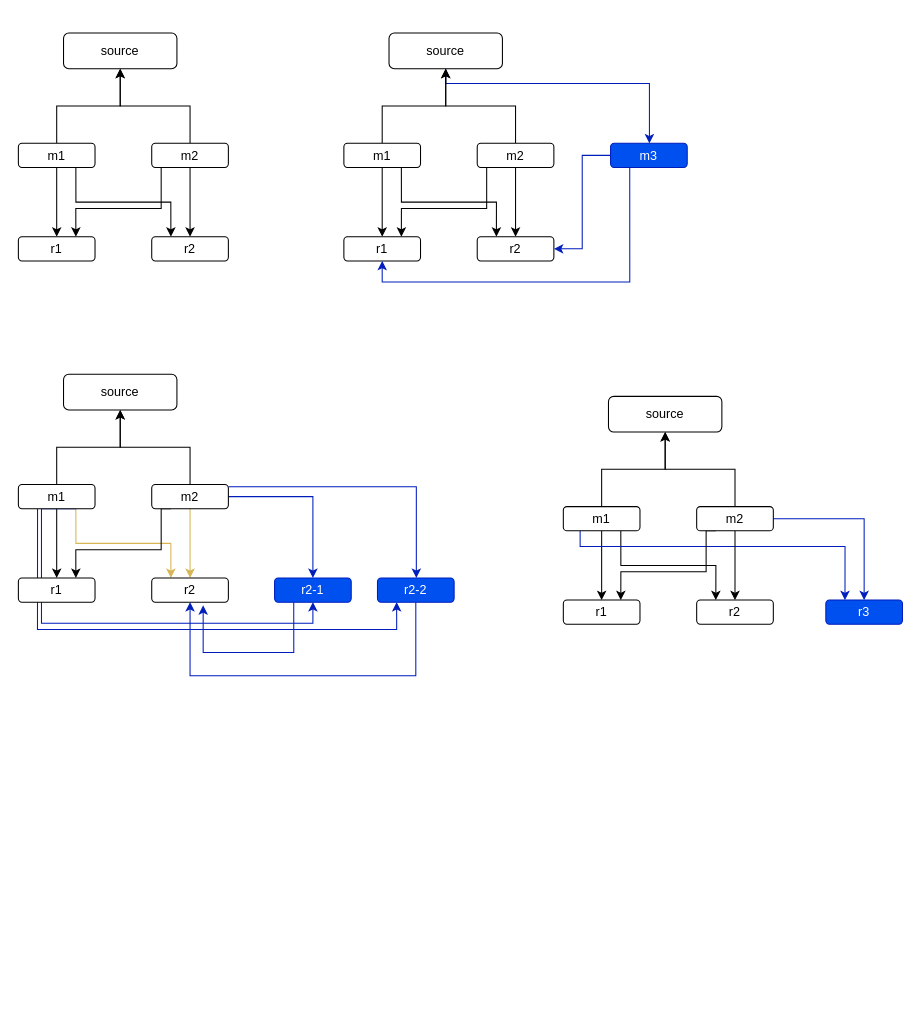
izerobit/colab keeps this draw.io diagram as rescale.drawio. Above is the earlier version. Source tidied: cells renumbered, new cells numbered last; positions are measured from the earlier drawing's top-left corner, leaving out a move shared by most shapes. Both pictures are drawn from the tidied source at 105%, with x=0, y=0 at pixel (18, 33).
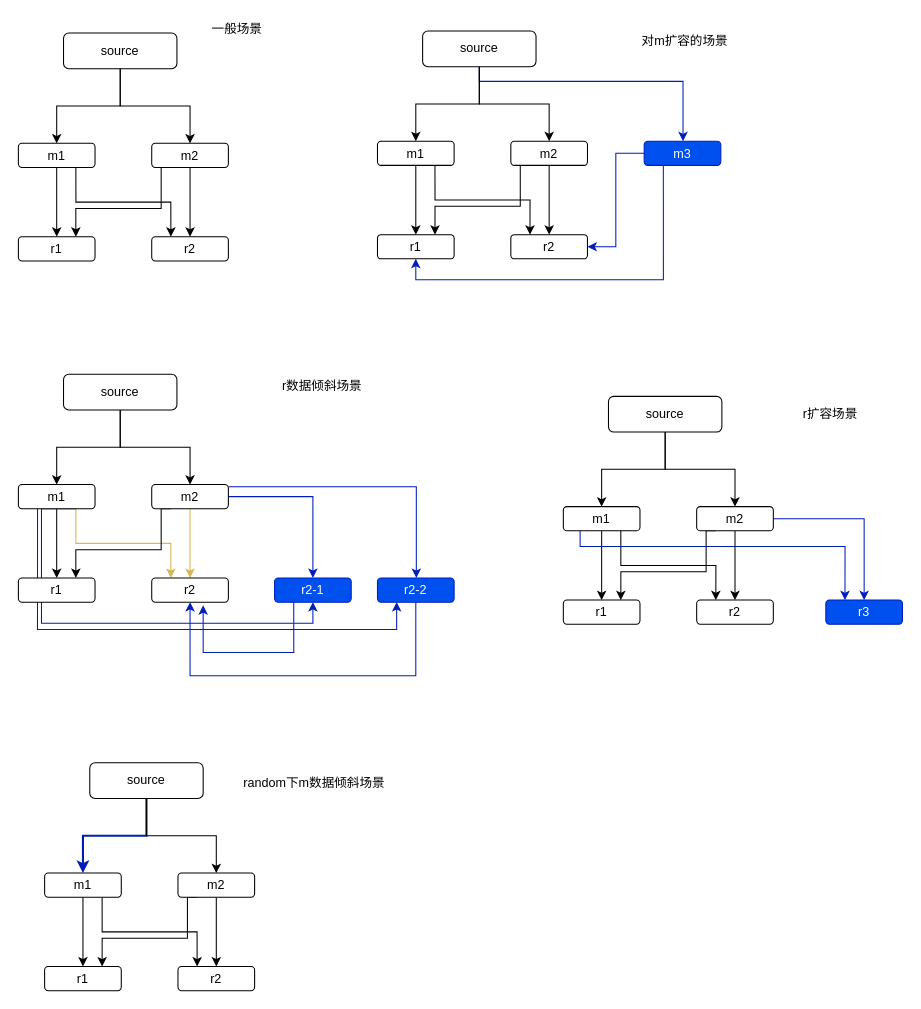
The same page after the edit.

Unchanged cells that the change refers to:
```xml
<mxCell id="2" value="source" style="rounded=1;whiteSpace=wrap;html=1;" parent="1" vertex="1">
  <mxGeometry x="43" width="108" height="34" as="geometry" />
</mxCell>
<mxCell id="6" value="m1" style="rounded=1;whiteSpace=wrap;html=1;" parent="1" vertex="1">
  <mxGeometry y="105" width="73" height="23" as="geometry" />
</mxCell>
<mxCell id="10" value="m2" style="rounded=1;whiteSpace=wrap;html=1;" parent="1" vertex="1">
  <mxGeometry x="127" y="105" width="73" height="23" as="geometry" />
</mxCell>
<mxCell id="28" value="source" style="rounded=1;whiteSpace=wrap;html=1;" parent="1" vertex="1">
  <mxGeometry x="43" y="325" width="108" height="34" as="geometry" />
</mxCell>
<mxCell id="34" value="m1" style="rounded=1;whiteSpace=wrap;html=1;" parent="1" vertex="1">
  <mxGeometry y="430" width="73" height="23" as="geometry" />
</mxCell>
<mxCell id="40" value="m2" style="rounded=1;whiteSpace=wrap;html=1;" parent="1" vertex="1">
  <mxGeometry x="127" y="430" width="73" height="23" as="geometry" />
</mxCell>
<mxCell id="47" value="source" style="rounded=1;whiteSpace=wrap;html=1;" parent="1" vertex="1">
  <mxGeometry x="562" y="346" width="108" height="34" as="geometry" />
</mxCell>
<mxCell id="52" value="m1" style="rounded=1;whiteSpace=wrap;html=1;" parent="1" vertex="1">
  <mxGeometry x="519" y="451" width="73" height="23" as="geometry" />
</mxCell>
<mxCell id="57" value="m2" style="rounded=1;whiteSpace=wrap;html=1;" parent="1" vertex="1">
  <mxGeometry x="646" y="451" width="73" height="23" as="geometry" />
</mxCell>
```

Diff of the diagram source:
```diff
@@
-    <mxCell id="3" style="edgeStyle=orthogonalEdgeStyle;rounded=0;jettySize=auto;html=1;exitX=0.5;exitY=0;exitDx=0;exitDy=0;" parent="1" edge="1" source="6" target="2">
+    <mxCell id="3" style="edgeStyle=orthogonalEdgeStyle;rounded=0;jettySize=auto;html=1;entryX=0.5;entryY=0;entryDx=0;entryDy=0;" parent="1" edge="1" source="2" target="6">
       <mxGeometry relative="1" as="geometry" />
     </mxCell>
@@
-    <mxCell id="7" style="edgeStyle=orthogonalEdgeStyle;rounded=0;jettySize=auto;html=1;exitX=0.5;exitY=0;exitDx=0;exitDy=0;entryX=0.5;entryY=1;entryDx=0;entryDy=0;" parent="1" edge="1" source="10" target="2">
+    <mxCell id="7" style="edgeStyle=orthogonalEdgeStyle;rounded=0;jettySize=auto;html=1;exitX=0.5;exitY=1;exitDx=0;exitDy=0;entryX=0.5;entryY=0;entryDx=0;entryDy=0;" parent="1" edge="1" source="2" target="10">
       <mxGeometry relative="1" as="geometry" />
     </mxCell>
@@
     <mxCell id="13" style="edgeStyle=orthogonalEdgeStyle;rounded=0;jettySize=auto;html=1;fillColor=#0050ef;strokeColor=#001DBC;" parent="1" edge="1" source="14" target="27">
       <mxGeometry relative="1" as="geometry">
         <Array as="points">
-          <mxPoint x="407" y="48" />
-          <mxPoint x="601" y="48" />
+          <mxPoint x="439" y="46" />
+          <mxPoint x="633" y="46" />
         </Array>
       </mxGeometry>
     </mxCell>
     <mxCell id="14" value="source" style="rounded=1;whiteSpace=wrap;html=1;" parent="1" vertex="1">
-      <mxGeometry x="353" width="108" height="34" as="geometry" />
+      <mxGeometry x="385" y="-2" width="108" height="34" as="geometry" />
     </mxCell>
-    <mxCell id="15" style="edgeStyle=orthogonalEdgeStyle;rounded=0;jettySize=auto;html=1;exitX=0.5;exitY=0;exitDx=0;exitDy=0;" parent="1" edge="1" source="18" target="14">
+    <mxCell id="15" style="edgeStyle=orthogonalEdgeStyle;rounded=0;jettySize=auto;html=1;entryX=0.5;entryY=0;entryDx=0;entryDy=0;" parent="1" edge="1" source="14" target="18">
       <mxGeometry relative="1" as="geometry" />
     </mxCell>
@@
     <mxCell id="18" value="m1" style="rounded=1;whiteSpace=wrap;html=1;" parent="1" vertex="1">
-      <mxGeometry x="310" y="105" width="73" height="23" as="geometry" />
+      <mxGeometry x="342" y="103" width="73" height="23" as="geometry" />
     </mxCell>
-    <mxCell id="19" style="edgeStyle=orthogonalEdgeStyle;rounded=0;jettySize=auto;html=1;exitX=0.5;exitY=0;exitDx=0;exitDy=0;entryX=0.5;entryY=1;entryDx=0;entryDy=0;" parent="1" edge="1" source="22" target="14">
+    <mxCell id="19" style="edgeStyle=orthogonalEdgeStyle;rounded=0;jettySize=auto;html=1;exitX=0.5;exitY=1;exitDx=0;exitDy=0;entryX=0.5;entryY=0;entryDx=0;entryDy=0;" parent="1" edge="1" source="14" target="22">
       <mxGeometry relative="1" as="geometry" />
     </mxCell>
@@
     <mxCell id="21" style="edgeStyle=orthogonalEdgeStyle;rounded=0;jettySize=auto;html=1;exitX=0.25;exitY=1;exitDx=0;exitDy=0;entryX=0.75;entryY=0;entryDx=0;entryDy=0;" parent="1" edge="1" source="22" target="23">
       <mxGeometry relative="1" as="geometry">
         <Array as="points">
-          <mxPoint x="446" y="128" />
-          <mxPoint x="446" y="167" />
-          <mxPoint x="365" y="167" />
+          <mxPoint x="478" y="126" />
+          <mxPoint x="478" y="165" />
+          <mxPoint x="397" y="165" />
         </Array>
       </mxGeometry>
     </mxCell>
     <mxCell id="22" value="m2" style="rounded=1;whiteSpace=wrap;html=1;" parent="1" vertex="1">
-      <mxGeometry x="437" y="105" width="73" height="23" as="geometry" />
+      <mxGeometry x="469" y="103" width="73" height="23" as="geometry" />
     </mxCell>
     <mxCell id="23" value="r1" style="rounded=1;whiteSpace=wrap;html=1;" parent="1" vertex="1">
-      <mxGeometry x="310" y="194" width="73" height="23" as="geometry" />
+      <mxGeometry x="342" y="192" width="73" height="23" as="geometry" />
     </mxCell>
     <mxCell id="24" value="r2" style="rounded=1;whiteSpace=wrap;html=1;" parent="1" vertex="1">
-      <mxGeometry x="437" y="194" width="73" height="23" as="geometry" />
+      <mxGeometry x="469" y="192" width="73" height="23" as="geometry" />
     </mxCell>
@@
     <mxCell id="27" value="m3" style="rounded=1;whiteSpace=wrap;html=1;fillColor=#0050ef;strokeColor=#001DBC;fontColor=#ffffff;" parent="1" vertex="1">
-      <mxGeometry x="564" y="105" width="73" height="23" as="geometry" />
+      <mxGeometry x="596" y="103" width="73" height="23" as="geometry" />
     </mxCell>
@@
-    <mxCell id="29" style="edgeStyle=orthogonalEdgeStyle;rounded=0;jettySize=auto;html=1;exitX=0.5;exitY=0;exitDx=0;exitDy=0;" parent="1" edge="1" source="34" target="28">
+    <mxCell id="29" style="edgeStyle=orthogonalEdgeStyle;rounded=0;jettySize=auto;html=1;entryX=0.5;entryY=0;entryDx=0;entryDy=0;" parent="1" edge="1" source="28" target="34">
       <mxGeometry relative="1" as="geometry" />
     </mxCell>
@@
-    <mxCell id="35" style="edgeStyle=orthogonalEdgeStyle;rounded=0;jettySize=auto;html=1;exitX=0.5;exitY=0;exitDx=0;exitDy=0;entryX=0.5;entryY=1;entryDx=0;entryDy=0;" parent="1" edge="1" source="40" target="28">
+    <mxCell id="35" style="edgeStyle=orthogonalEdgeStyle;rounded=0;jettySize=auto;html=1;exitX=0.5;exitY=1;exitDx=0;exitDy=0;entryX=0.5;entryY=0;entryDx=0;entryDy=0;" parent="1" edge="1" source="28" target="40">
       <mxGeometry relative="1" as="geometry" />
     </mxCell>
@@
-    <mxCell id="48" style="edgeStyle=orthogonalEdgeStyle;rounded=0;jettySize=auto;html=1;exitX=0.5;exitY=0;exitDx=0;exitDy=0;" parent="1" edge="1" source="52" target="47">
+    <mxCell id="48" style="edgeStyle=orthogonalEdgeStyle;rounded=0;jettySize=auto;html=1;entryX=0.5;entryY=0;entryDx=0;entryDy=0;" parent="1" edge="1" source="47" target="52">
       <mxGeometry relative="1" as="geometry" />
     </mxCell>
@@
-    <mxCell id="53" style="edgeStyle=orthogonalEdgeStyle;rounded=0;jettySize=auto;html=1;exitX=0.5;exitY=0;exitDx=0;exitDy=0;entryX=0.5;entryY=1;entryDx=0;entryDy=0;" parent="1" edge="1" source="57" target="47">
+    <mxCell id="53" style="edgeStyle=orthogonalEdgeStyle;rounded=0;jettySize=auto;html=1;exitX=0.5;exitY=1;exitDx=0;exitDy=0;entryX=0.5;entryY=0;entryDx=0;entryDy=0;" parent="1" edge="1" source="47" target="57">
       <mxGeometry relative="1" as="geometry" />
     </mxCell>
@@
+    <mxCell id="61" value="source" style="rounded=1;whiteSpace=wrap;html=1;" parent="1" vertex="1">
+      <mxGeometry x="68" y="695" width="108" height="34" as="geometry" />
+    </mxCell>
+    <mxCell id="62" style="edgeStyle=orthogonalEdgeStyle;rounded=0;jettySize=auto;html=1;entryX=0.5;entryY=0;entryDx=0;entryDy=0;strokeWidth=2;fillColor=#0050ef;strokeColor=#001DBC;" parent="1" edge="1" source="61" target="65">
+      <mxGeometry relative="1" as="geometry" />
+    </mxCell>
+    <mxCell id="63" style="edgeStyle=orthogonalEdgeStyle;rounded=0;jettySize=auto;html=1;entryX=0.5;entryY=0;entryDx=0;entryDy=0;" parent="1" edge="1" source="65" target="70">
+      <mxGeometry relative="1" as="geometry" />
+    </mxCell>
+    <mxCell id="64" style="edgeStyle=orthogonalEdgeStyle;rounded=0;jettySize=auto;html=1;exitX=0.75;exitY=1;exitDx=0;exitDy=0;entryX=0.25;entryY=0;entryDx=0;entryDy=0;" parent="1" edge="1" source="65" target="71">
+      <mxGeometry relative="1" as="geometry" />
+    </mxCell>
+    <mxCell id="65" value="m1" style="rounded=1;whiteSpace=wrap;html=1;" parent="1" vertex="1">
+      <mxGeometry x="25" y="800" width="73" height="23" as="geometry" />
+    </mxCell>
+    <mxCell id="66" style="edgeStyle=orthogonalEdgeStyle;rounded=0;jettySize=auto;html=1;exitX=0.5;exitY=1;exitDx=0;exitDy=0;entryX=0.5;entryY=0;entryDx=0;entryDy=0;" parent="1" edge="1" source="61" target="69">
+      <mxGeometry relative="1" as="geometry" />
+    </mxCell>
+    <mxCell id="67" style="edgeStyle=orthogonalEdgeStyle;rounded=0;jettySize=auto;html=1;entryX=0.5;entryY=0;entryDx=0;entryDy=0;" parent="1" edge="1" source="69" target="71">
+      <mxGeometry relative="1" as="geometry" />
+    </mxCell>
+    <mxCell id="68" style="edgeStyle=orthogonalEdgeStyle;rounded=0;jettySize=auto;html=1;exitX=0.25;exitY=1;exitDx=0;exitDy=0;entryX=0.75;entryY=0;entryDx=0;entryDy=0;" parent="1" edge="1" source="69" target="70">
+      <mxGeometry relative="1" as="geometry">
+        <Array as="points">
+          <mxPoint x="161" y="823" />
+          <mxPoint x="161" y="862" />
+          <mxPoint x="80" y="862" />
+        </Array>
+      </mxGeometry>
+    </mxCell>
+    <mxCell id="69" value="m2" style="rounded=1;whiteSpace=wrap;html=1;" parent="1" vertex="1">
+      <mxGeometry x="152" y="800" width="73" height="23" as="geometry" />
+    </mxCell>
+    <mxCell id="70" value="r1" style="rounded=1;whiteSpace=wrap;html=1;" parent="1" vertex="1">
+      <mxGeometry x="25" y="889" width="73" height="23" as="geometry" />
+    </mxCell>
+    <mxCell id="71" value="r2" style="rounded=1;whiteSpace=wrap;html=1;" parent="1" vertex="1">
+      <mxGeometry x="152" y="889" width="73" height="23" as="geometry" />
+    </mxCell>
+    <mxCell id="72" value="一般场景" style="text;html=1;strokeColor=none;fillColor=none;align=center;verticalAlign=middle;whiteSpace=wrap;rounded=0;" parent="1" vertex="1">
+      <mxGeometry x="171" y="-14" width="75" height="20" as="geometry" />
+    </mxCell>
+    <mxCell id="73" value="对m扩容的场景" style="text;html=1;strokeColor=none;fillColor=none;align=center;verticalAlign=middle;whiteSpace=wrap;rounded=0;" parent="1" vertex="1">
+      <mxGeometry x="582" y="-2" width="106" height="20" as="geometry" />
+    </mxCell>
+    <mxCell id="74" value="r数据倾斜场景" style="text;html=1;strokeColor=none;fillColor=none;align=center;verticalAlign=middle;whiteSpace=wrap;rounded=0;" parent="1" vertex="1">
+      <mxGeometry x="231" y="326" width="117" height="20" as="geometry" />
+    </mxCell>
+    <mxCell id="75" value="random下m数据倾斜场景" style="text;html=1;strokeColor=none;fillColor=none;align=center;verticalAlign=middle;whiteSpace=wrap;rounded=0;" parent="1" vertex="1">
+      <mxGeometry x="211" y="705" width="142" height="20" as="geometry" />
+    </mxCell>
+    <mxCell id="76" value="r扩容场景" style="text;html=1;strokeColor=none;fillColor=none;align=center;verticalAlign=middle;whiteSpace=wrap;rounded=0;" parent="1" vertex="1">
+      <mxGeometry x="715" y="353" width="117" height="20" as="geometry" />
+    </mxCell>
```
